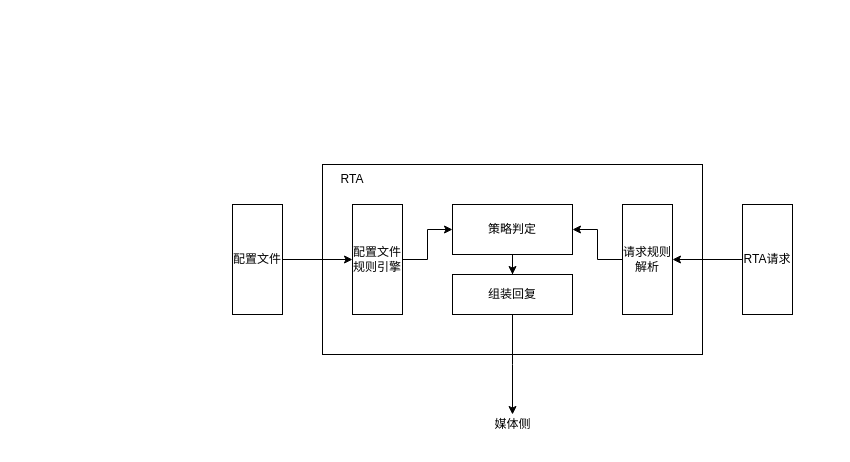
Above: RTA.drawio in LiErhua/draw.io (draw.io), before the change. Source tidied: cells renumbered, new cells numbered last; positions are measured from the earlier drawing's top-left corner, leaving out a move shared by most shapes. Both pictures are drawn from the tidied source at 100%, with x=0, y=0 at pixel (232, 164).
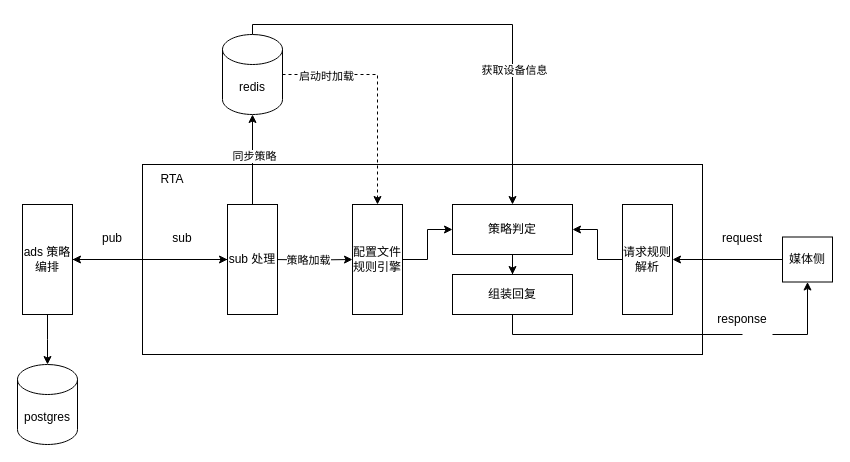
After the change.

Unchanged cells that the change refers to:
```xml
<mxCell id="4" value="策略判定" style="rounded=0;whiteSpace=wrap;html=1;" parent="1" vertex="1">
  <mxGeometry x="220" y="40" width="120" height="50" as="geometry" />
</mxCell>
<mxCell id="6" value="配置文件规则引擎" style="rounded=0;whiteSpace=wrap;html=1;" parent="1" vertex="1">
  <mxGeometry x="120" y="40" width="50" height="110" as="geometry" />
</mxCell>
<mxCell id="10" value="组装回复" style="rounded=0;whiteSpace=wrap;html=1;" parent="1" vertex="1">
  <mxGeometry x="220" y="110" width="120" height="40" as="geometry" />
</mxCell>
```

The edit, as a diff of the source:
```diff
@@
     <mxCell id="2" style="rounded=0;whiteSpace=wrap;html=1;" parent="1" vertex="1">
-      <mxGeometry x="90" width="380" height="190" as="geometry" />
+      <mxGeometry x="-90" width="560" height="190" as="geometry" />
     </mxCell>
@@
-    <mxCell id="9" style="edgeStyle=orthogonalEdgeStyle;rounded=0;jettySize=auto;html=1;" parent="1" edge="1" source="10">
-      <mxGeometry relative="1" as="geometry">
-        <mxPoint x="280" y="250" as="targetPoint" />
-      </mxGeometry>
-    </mxCell>
+    <mxCell id="17" style="edgeStyle=orthogonalEdgeStyle;rounded=0;jettySize=auto;html=1;entryX=0.5;entryY=1;entryDx=0;entryDy=0;startArrow=none;" parent="1" edge="1" source="35" target="15">
+      <mxGeometry relative="1" as="geometry">
+        <Array as="points">
+          <mxPoint x="575" y="170" />
+        </Array>
+      </mxGeometry>
+    </mxCell>
@@
     <mxCell id="11" value="RTA" style="text;html=1;strokeColor=none;fillColor=none;align=center;verticalAlign=middle;whiteSpace=wrap;rounded=0;" parent="1" vertex="1">
-      <mxGeometry x="90" width="60" height="30" as="geometry" />
+      <mxGeometry x="-90" width="60" height="30" as="geometry" />
     </mxCell>
-    <mxCell id="12" style="edgeStyle=orthogonalEdgeStyle;rounded=0;jettySize=auto;html=1;exitX=1;exitY=0.5;exitDx=0;exitDy=0;" parent="1" edge="1" source="13" target="6">
-      <mxGeometry relative="1" as="geometry" />
+    <mxCell id="12" style="edgeStyle=orthogonalEdgeStyle;rounded=0;jettySize=auto;html=1;" parent="1" edge="1" target="6">
+      <mxGeometry relative="1" as="geometry">
+        <mxPoint x="40" y="95" as="sourcePoint" />
+      </mxGeometry>
     </mxCell>
-    <mxCell id="13" value="配置文件" style="rounded=0;whiteSpace=wrap;html=1;" parent="1" vertex="1">
-      <mxGeometry y="40" width="50" height="110" as="geometry" />
-    </mxCell>
+    <mxCell id="18" value="策略加载" style="edgeLabel;html=1;align=center;verticalAlign=middle;" parent="12" vertex="1">
+      <mxGeometry x="-0.07" relative="1" as="geometry">
+        <mxPoint x="-1" as="offset" />
+      </mxGeometry>
+    </mxCell>
@@
-    <mxCell id="15" value="RTA请求" style="rounded=0;whiteSpace=wrap;html=1;" parent="1" vertex="1">
-      <mxGeometry x="510" y="40" width="50" height="110" as="geometry" />
+    <mxCell id="15" value="媒体侧" style="rounded=0;whiteSpace=wrap;html=1;" parent="1" vertex="1">
+      <mxGeometry x="550" y="72.5" width="50" height="45" as="geometry" />
     </mxCell>
-    <mxCell id="16" value="媒体侧" style="text;html=1;align=center;verticalAlign=middle;strokeColor=none;fillColor=none;" parent="1" vertex="1">
-      <mxGeometry x="255" y="250" width="50" height="20" as="geometry" />
-    </mxCell>
+    <mxCell id="19" style="edgeStyle=orthogonalEdgeStyle;rounded=0;jettySize=auto;html=1;entryX=0.5;entryY=0;entryDx=0;entryDy=0;entryPerimeter=0;" parent="1" edge="1" source="21">
+      <mxGeometry relative="1" as="geometry">
+        <mxPoint x="-185" y="200" as="targetPoint" />
+      </mxGeometry>
+    </mxCell>
+    <mxCell id="20" style="edgeStyle=orthogonalEdgeStyle;rounded=0;jettySize=auto;html=1;" parent="1" edge="1" source="21" target="31">
+      <mxGeometry relative="1" as="geometry" />
+    </mxCell>
+    <mxCell id="21" value="ads 策略编排" style="rounded=0;whiteSpace=wrap;html=1;" parent="1" vertex="1">
+      <mxGeometry x="-210" y="40" width="50" height="110" as="geometry" />
+    </mxCell>
+    <mxCell id="22" value="postgres" style="shape=cylinder3;whiteSpace=wrap;html=1;boundedLbl=1;backgroundOutline=1;size=15;rotation=0;" parent="1" vertex="1">
+      <mxGeometry x="-215" y="200" width="60" height="80" as="geometry" />
+    </mxCell>
+    <mxCell id="23" style="edgeStyle=orthogonalEdgeStyle;rounded=0;jettySize=auto;html=1;dashed=1;" parent="1" edge="1" source="27" target="6">
+      <mxGeometry relative="1" as="geometry" />
+    </mxCell>
+    <mxCell id="24" value="启动时加载" style="edgeLabel;html=1;align=center;verticalAlign=middle;" parent="23" vertex="1">
+      <mxGeometry x="-0.62" y="-1" relative="1" as="geometry" />
+    </mxCell>
+    <mxCell id="25" style="edgeStyle=orthogonalEdgeStyle;rounded=0;jettySize=auto;html=1;" parent="1" edge="1" source="27" target="4">
+      <mxGeometry relative="1" as="geometry">
+        <Array as="points">
+          <mxPoint x="20" y="-140" />
+          <mxPoint x="280" y="-140" />
+        </Array>
+      </mxGeometry>
+    </mxCell>
+    <mxCell id="26" value="获取设备信息" style="edgeLabel;html=1;align=center;verticalAlign=middle;" parent="25" vertex="1">
+      <mxGeometry x="0.4" y="1" relative="1" as="geometry" />
+    </mxCell>
+    <mxCell id="27" value="redis" style="shape=cylinder3;whiteSpace=wrap;html=1;boundedLbl=1;backgroundOutline=1;size=15;rotation=0;" parent="1" vertex="1">
+      <mxGeometry x="-10" y="-130" width="60" height="80" as="geometry" />
+    </mxCell>
+    <mxCell id="28" style="edgeStyle=orthogonalEdgeStyle;rounded=0;jettySize=auto;html=1;" parent="1" edge="1" source="31" target="27">
+      <mxGeometry relative="1" as="geometry" />
+    </mxCell>
+    <mxCell id="29" value="同步策略" style="edgeLabel;html=1;align=center;verticalAlign=middle;" parent="28" vertex="1">
+      <mxGeometry x="0.08" y="-1" relative="1" as="geometry" />
+    </mxCell>
+    <mxCell id="30" style="edgeStyle=orthogonalEdgeStyle;rounded=0;jettySize=auto;html=1;" parent="1" edge="1" source="31">
+      <mxGeometry relative="1" as="geometry">
+        <mxPoint x="-160" y="95" as="targetPoint" />
+      </mxGeometry>
+    </mxCell>
+    <mxCell id="31" value="sub 处理" style="rounded=0;whiteSpace=wrap;html=1;" parent="1" vertex="1">
+      <mxGeometry x="-5" y="40" width="50" height="110" as="geometry" />
+    </mxCell>
+    <mxCell id="32" value="pub" style="text;html=1;strokeColor=none;fillColor=none;align=center;verticalAlign=middle;whiteSpace=wrap;rounded=0;" parent="1" vertex="1">
+      <mxGeometry x="-150" y="59" width="60" height="30" as="geometry" />
+    </mxCell>
+    <mxCell id="33" value="sub" style="text;html=1;strokeColor=none;fillColor=none;align=center;verticalAlign=middle;whiteSpace=wrap;rounded=0;" parent="1" vertex="1">
+      <mxGeometry x="-80" y="59" width="60" height="30" as="geometry" />
+    </mxCell>
+    <mxCell id="34" value="request" style="text;html=1;strokeColor=none;fillColor=none;align=center;verticalAlign=middle;whiteSpace=wrap;rounded=0;" parent="1" vertex="1">
+      <mxGeometry x="480" y="59" width="60" height="30" as="geometry" />
+    </mxCell>
+    <mxCell id="35" value="response" style="text;html=1;strokeColor=none;fillColor=none;align=center;verticalAlign=middle;whiteSpace=wrap;rounded=0;" parent="1" vertex="1">
+      <mxGeometry x="480" y="140" width="60" height="30" as="geometry" />
+    </mxCell>
+    <mxCell id="36" style="edgeStyle=orthogonalEdgeStyle;rounded=0;jettySize=auto;html=1;entryX=0.5;entryY=1;entryDx=0;entryDy=0;endArrow=none;" parent="1" edge="1" source="10" target="35">
+      <mxGeometry relative="1" as="geometry">
+        <Array as="points">
+          <mxPoint x="280" y="170" />
+        </Array>
+      </mxGeometry>
+    </mxCell>
```
